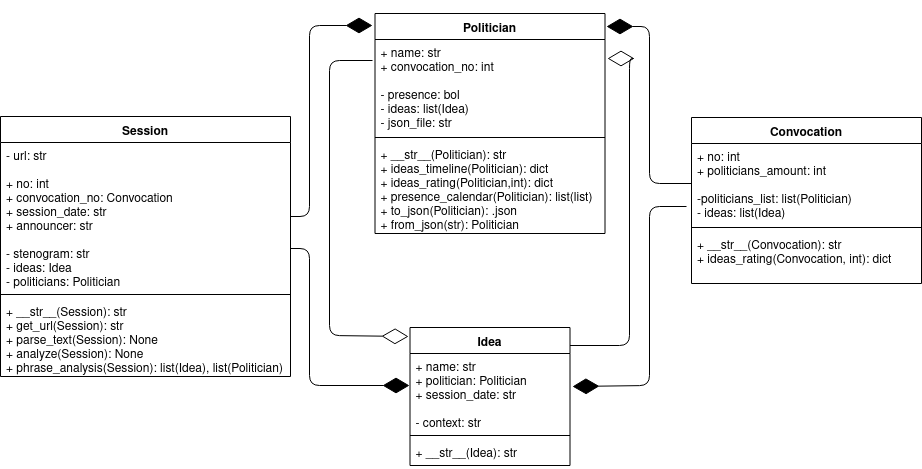
Before: diagrams/cw.png, a diagram exported from draw.io (sol4ik/politicians-talk). Source tidied: cells renumbered, new cells last; positions are measured from the earlier drawing's top-left corner, leaving out a move shared by most shapes. Its diagram source:
```xml
<mxGraphModel>
  <root>
    <mxCell id="0" />
    <mxCell id="1" parent="0" />
    <mxCell id="2" value="Politician" style="swimlane;fontStyle=1;align=center;verticalAlign=top;horizontal=1;startSize=26;" parent="1" vertex="1">
      <mxGeometry x="374.5" width="230" height="220" as="geometry" />
    </mxCell>
    <mxCell id="3" value="+ name: str&#10;+ convocation_no: int&#10;&#10;- presence: bol&#10;- ideas: list(Idea)&#10;- json_file: str&#10;" style="text;strokeColor=none;fillColor=none;align=left;verticalAlign=top;spacingLeft=4;spacingRight=4;overflow=hidden;points=[[0,0.5],[1,0.5]];portConstraint=eastwest;" parent="2" vertex="1">
      <mxGeometry y="26" width="230" height="94" as="geometry" />
    </mxCell>
    <mxCell id="4" style="line;strokeWidth=1;fillColor=none;align=left;verticalAlign=middle;spacingTop=-1;spacingLeft=3;spacingRight=3;labelPosition=right;" parent="2" vertex="1">
      <mxGeometry y="120" width="230" height="8" as="geometry" />
    </mxCell>
    <mxCell id="5" value="+ __str__(Politician): str &#10;+ ideas_timeline(Politician): dict&#10;+ ideas_rating(Politician,int): dict&#10;+ presence_calendar(Politician): list(list)&#10;+ to_json(Politician): .json&#10;+ from_json(str): Politician&#10;" style="text;strokeColor=none;fillColor=none;align=left;verticalAlign=top;spacingLeft=4;spacingRight=4;overflow=hidden;points=[[0,0.5],[1,0.5]];portConstraint=eastwest;" parent="2" vertex="1">
      <mxGeometry y="128" width="230" height="92" as="geometry" />
    </mxCell>
    <mxCell id="6" value="Idea" style="swimlane;fontStyle=1;align=center;verticalAlign=top;horizontal=1;startSize=26;" parent="1" vertex="1">
      <mxGeometry x="409.5" y="314" width="160" height="138" as="geometry" />
    </mxCell>
    <mxCell id="7" value="+ name: str&#10;+ politician: Politician&#10;+ session_date: str&#10;&#10;- context: str&#10;" style="text;strokeColor=none;fillColor=none;align=left;verticalAlign=top;spacingLeft=4;spacingRight=4;overflow=hidden;points=[[0,0.5],[1,0.5]];portConstraint=eastwest;" parent="6" vertex="1">
      <mxGeometry y="26" width="160" height="78" as="geometry" />
    </mxCell>
    <mxCell id="8" style="line;strokeWidth=1;fillColor=none;align=left;verticalAlign=middle;spacingTop=-1;spacingLeft=3;spacingRight=3;labelPosition=right;" parent="6" vertex="1">
      <mxGeometry y="104" width="160" height="8" as="geometry" />
    </mxCell>
    <mxCell id="9" value="+ __str__(Idea): str" style="text;strokeColor=none;fillColor=none;align=left;verticalAlign=top;spacingLeft=4;spacingRight=4;overflow=hidden;" parent="6" vertex="1">
      <mxGeometry y="112" width="160" height="26" as="geometry" />
    </mxCell>
    <mxCell id="10" value="Session" style="swimlane;fontStyle=1;align=center;verticalAlign=top;horizontal=1;startSize=26;" parent="1" vertex="1">
      <mxGeometry y="103" width="290" height="260" as="geometry" />
    </mxCell>
    <mxCell id="11" value="- url: str&#10;&#10;+ no: int&#10;+ convocation_no: Convocation&#10;+ session_date: str&#10;+ announcer: str&#10;&#10;- stenogram: str&#10;- ideas: Idea&#10;- politicians: Politician" style="text;strokeColor=none;fillColor=none;align=left;verticalAlign=top;spacingLeft=4;spacingRight=4;overflow=hidden;points=[[0,0.5],[1,0.5]];portConstraint=eastwest;" parent="10" vertex="1">
      <mxGeometry y="26" width="290" height="148" as="geometry" />
    </mxCell>
    <mxCell id="12" style="line;strokeWidth=1;fillColor=none;align=left;verticalAlign=middle;spacingTop=-1;spacingLeft=3;spacingRight=3;labelPosition=right;" parent="10" vertex="1">
      <mxGeometry y="174" width="290" height="8" as="geometry" />
    </mxCell>
    <mxCell id="13" value="+ __str__(Session): str&#10;+ get_url(Session): str&#10;+ parse_text(Session): None&#10;+ analyze(Session): None&#10;+ phrase_analysis(Session): list(Idea), list(Politician)&#10;" style="text;strokeColor=none;fillColor=none;align=left;verticalAlign=top;spacingLeft=4;spacingRight=4;overflow=hidden;" parent="10" vertex="1">
      <mxGeometry y="182" width="290" height="78" as="geometry" />
    </mxCell>
    <mxCell id="14" value="Convocation" style="swimlane;fontStyle=1;align=center;verticalAlign=top;horizontal=1;startSize=26;" parent="1" vertex="1">
      <mxGeometry x="691" y="104" width="230" height="166" as="geometry" />
    </mxCell>
    <mxCell id="15" value="+ no: int&#10;+ politicians_amount: int&#10;&#10;-politicians_list: list(Politician)&#10;- ideas: list(Idea)&#10;" style="text;strokeColor=none;fillColor=none;align=left;verticalAlign=top;spacingLeft=4;spacingRight=4;overflow=hidden;points=[[0,0.5],[1,0.5]];portConstraint=eastwest;" parent="14" vertex="1">
      <mxGeometry y="26" width="230" height="80" as="geometry" />
    </mxCell>
    <mxCell id="16" style="line;strokeWidth=1;fillColor=none;align=left;verticalAlign=middle;spacingTop=-1;spacingLeft=3;spacingRight=3;labelPosition=right;" parent="14" vertex="1">
      <mxGeometry y="106" width="230" height="8" as="geometry" />
    </mxCell>
    <mxCell id="17" value="+ __str__(Convocation): str&#10;+ ideas_rating(Convocation, int): dict&#10;" style="text;strokeColor=none;fillColor=none;align=left;verticalAlign=top;spacingLeft=4;spacingRight=4;overflow=hidden;" parent="14" vertex="1">
      <mxGeometry y="114" width="230" height="52" as="geometry" />
    </mxCell>
    <mxCell id="18" style="endArrow=diamondThin;endFill=1;endSize=24;html=1;exitX=0;exitY=0.5;exitDx=0;exitDy=0;entryX=1.007;entryY=0.059;entryDx=0;entryDy=0;entryPerimeter=0;" parent="1" edge="1" source="15" target="2">
      <mxGeometry relative="1" as="geometry">
        <Array as="points">
          <mxPoint x="649" y="170" />
          <mxPoint x="649" y="13" />
        </Array>
      </mxGeometry>
    </mxCell>
    <mxCell id="19" style="endArrow=diamondThin;endFill=1;endSize=24;html=1;exitX=-0.022;exitY=0.788;exitDx=0;exitDy=0;exitPerimeter=0;entryX=1.016;entryY=0.423;entryDx=0;entryDy=0;entryPerimeter=0;" parent="1" edge="1" source="15" target="7">
      <mxGeometry relative="1" as="geometry">
        <Array as="points">
          <mxPoint x="649" y="193" />
          <mxPoint x="649" y="372" />
        </Array>
      </mxGeometry>
    </mxCell>
    <mxCell id="20" style="endArrow=diamondThin;endFill=0;endSize=24;html=1;entryX=-0.009;entryY=0.065;entryDx=0;entryDy=0;entryPerimeter=0;exitX=-0.011;exitY=0.223;exitDx=0;exitDy=0;exitPerimeter=0;" parent="1" edge="1" source="3" target="6">
      <mxGeometry relative="1" as="geometry">
        <Array as="points">
          <mxPoint x="329" y="47" />
          <mxPoint x="329" y="322" />
        </Array>
      </mxGeometry>
    </mxCell>
    <mxCell id="21" style="endArrow=diamondThin;endFill=0;endSize=24;html=1;entryX=1.011;entryY=0.202;entryDx=0;entryDy=0;entryPerimeter=0;" parent="1" edge="1" target="3">
      <mxGeometry relative="1" as="geometry">
        <mxPoint x="569.5" y="332" as="sourcePoint" />
        <Array as="points">
          <mxPoint x="629" y="332" />
          <mxPoint x="629" y="45" />
        </Array>
      </mxGeometry>
    </mxCell>
    <mxCell id="22" style="endArrow=diamondThin;endFill=1;endSize=24;html=1;exitX=1;exitY=0.716;exitDx=0;exitDy=0;exitPerimeter=0;" parent="1" edge="1" source="11">
      <mxGeometry relative="1" as="geometry">
        <mxPoint x="409" y="372" as="targetPoint" />
        <Array as="points">
          <mxPoint x="309" y="235" />
          <mxPoint x="309" y="372" />
        </Array>
      </mxGeometry>
    </mxCell>
    <mxCell id="23" style="endArrow=diamondThin;endFill=1;endSize=24;html=1;exitX=1;exitY=0.5;exitDx=0;exitDy=0;" parent="1" edge="1" source="11">
      <mxGeometry relative="1" as="geometry">
        <mxPoint x="372" y="12" as="targetPoint" />
        <Array as="points">
          <mxPoint x="309" y="203" />
          <mxPoint x="309" y="12" />
        </Array>
      </mxGeometry>
    </mxCell>
  </root>
</mxGraphModel>
```
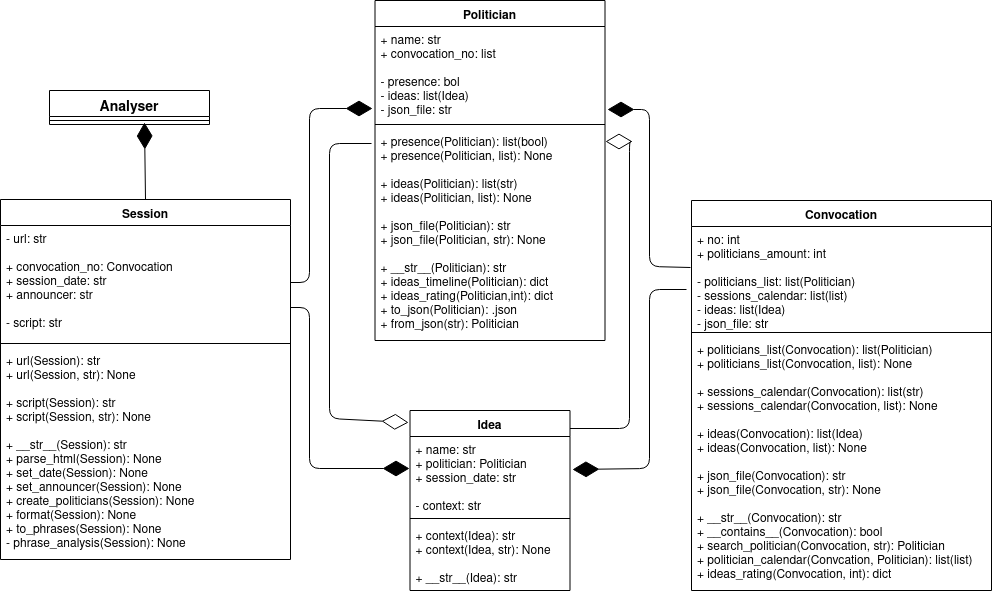
After the commit.

The edit, as a diff of the source:
```diff
@@ -3,19 +3,19 @@
     <mxCell id="0" />
     <mxCell id="1" parent="0" />
     <mxCell id="2" value="Politician" style="swimlane;fontStyle=1;align=center;verticalAlign=top;horizontal=1;startSize=26;" parent="1" vertex="1">
-      <mxGeometry x="374.5" width="230" height="220" as="geometry" />
+      <mxGeometry x="374.5" y="-96" width="230" height="340" as="geometry" />
     </mxCell>
-    <mxCell id="3" value="+ name: str&#10;+ convocation_no: int&#10;&#10;- presence: bol&#10;- ideas: list(Idea)&#10;- json_file: str&#10;" style="text;strokeColor=none;fillColor=none;align=left;verticalAlign=top;spacingLeft=4;spacingRight=4;overflow=hidden;points=[[0,0.5],[1,0.5]];portConstraint=eastwest;" parent="2" vertex="1">
+    <mxCell id="3" value="+ name: str&#10;+ convocation_no: list&#10;&#10;- presence: bol&#10;- ideas: list(Idea)&#10;- json_file: str&#10;" style="text;strokeColor=none;fillColor=none;align=left;verticalAlign=top;spacingLeft=4;spacingRight=4;overflow=hidden;points=[[0,0.5],[1,0.5]];portConstraint=eastwest;" parent="2" vertex="1">
       <mxGeometry y="26" width="230" height="94" as="geometry" />
     </mxCell>
     <mxCell id="4" style="line;strokeWidth=1;fillColor=none;align=left;verticalAlign=middle;spacingTop=-1;spacingLeft=3;spacingRight=3;labelPosition=right;" parent="2" vertex="1">
       <mxGeometry y="120" width="230" height="8" as="geometry" />
     </mxCell>
-    <mxCell id="5" value="+ __str__(Politician): str &#10;+ ideas_timeline(Politician): dict&#10;+ ideas_rating(Politician,int): dict&#10;+ presence_calendar(Politician): list(list)&#10;+ to_json(Politician): .json&#10;+ from_json(str): Politician&#10;" style="text;strokeColor=none;fillColor=none;align=left;verticalAlign=top;spacingLeft=4;spacingRight=4;overflow=hidden;points=[[0,0.5],[1,0.5]];portConstraint=eastwest;" parent="2" vertex="1">
-      <mxGeometry y="128" width="230" height="92" as="geometry" />
+    <mxCell id="5" value="+ presence(Politician): list(bool)&#10;+ presence(Politician, list): None&#10;&#10;+ ideas(Politician): list(str)&#10;+ ideas(Politician, list): None&#10;&#10;+ json_file(Politician): str&#10;+ json_file(Politician, str): None&#10;&#10;+ __str__(Politician): str &#10;+ ideas_timeline(Politician): dict&#10;+ ideas_rating(Politician,int): dict&#10;+ to_json(Politician): .json&#10;+ from_json(str): Politician&#10;" style="text;strokeColor=none;fillColor=none;align=left;verticalAlign=top;spacingLeft=4;spacingRight=4;overflow=hidden;points=[[0,0.5],[1,0.5]];portConstraint=eastwest;" parent="2" vertex="1">
+      <mxGeometry y="128" width="230" height="212" as="geometry" />
     </mxCell>
     <mxCell id="6" value="Idea" style="swimlane;fontStyle=1;align=center;verticalAlign=top;horizontal=1;startSize=26;" parent="1" vertex="1">
-      <mxGeometry x="409.5" y="314" width="160" height="138" as="geometry" />
+      <mxGeometry x="409.5" y="314" width="160" height="180" as="geometry" />
     </mxCell>
     <mxCell id="7" value="+ name: str&#10;+ politician: Politician&#10;+ session_date: str&#10;&#10;- context: str&#10;" style="text;strokeColor=none;fillColor=none;align=left;verticalAlign=top;spacingLeft=4;spacingRight=4;overflow=hidden;points=[[0,0.5],[1,0.5]];portConstraint=eastwest;" parent="6" vertex="1">
       <mxGeometry y="26" width="160" height="78" as="geometry" />
@@ -23,34 +23,34 @@
     <mxCell id="8" style="line;strokeWidth=1;fillColor=none;align=left;verticalAlign=middle;spacingTop=-1;spacingLeft=3;spacingRight=3;labelPosition=right;" parent="6" vertex="1">
       <mxGeometry y="104" width="160" height="8" as="geometry" />
     </mxCell>
-    <mxCell id="9" value="+ __str__(Idea): str" style="text;strokeColor=none;fillColor=none;align=left;verticalAlign=top;spacingLeft=4;spacingRight=4;overflow=hidden;" parent="6" vertex="1">
-      <mxGeometry y="112" width="160" height="26" as="geometry" />
+    <mxCell id="9" value="+ context(Idea): str&#10;+ context(Idea, str): None&#10;&#10;+ __str__(Idea): str" style="text;strokeColor=none;fillColor=none;align=left;verticalAlign=top;spacingLeft=4;spacingRight=4;overflow=hidden;" parent="6" vertex="1">
+      <mxGeometry y="112" width="160" height="68" as="geometry" />
     </mxCell>
     <mxCell id="10" value="Session" style="swimlane;fontStyle=1;align=center;verticalAlign=top;horizontal=1;startSize=26;" parent="1" vertex="1">
-      <mxGeometry y="103" width="290" height="260" as="geometry" />
+      <mxGeometry y="103" width="290" height="360" as="geometry" />
     </mxCell>
-    <mxCell id="11" value="- url: str&#10;&#10;+ no: int&#10;+ convocation_no: Convocation&#10;+ session_date: str&#10;+ announcer: str&#10;&#10;- stenogram: str&#10;- ideas: Idea&#10;- politicians: Politician" style="text;strokeColor=none;fillColor=none;align=left;verticalAlign=top;spacingLeft=4;spacingRight=4;overflow=hidden;points=[[0,0.5],[1,0.5]];portConstraint=eastwest;" parent="10" vertex="1">
-      <mxGeometry y="26" width="290" height="148" as="geometry" />
+    <mxCell id="11" value="- url: str&#10;&#10;+ convocation_no: Convocation&#10;+ session_date: str&#10;+ announcer: str&#10;&#10;- script: str&#10;" style="text;strokeColor=none;fillColor=none;align=left;verticalAlign=top;spacingLeft=4;spacingRight=4;overflow=hidden;points=[[0,0.5],[1,0.5]];portConstraint=eastwest;" parent="10" vertex="1">
+      <mxGeometry y="26" width="290" height="114" as="geometry" />
     </mxCell>
     <mxCell id="12" style="line;strokeWidth=1;fillColor=none;align=left;verticalAlign=middle;spacingTop=-1;spacingLeft=3;spacingRight=3;labelPosition=right;" parent="10" vertex="1">
-      <mxGeometry y="174" width="290" height="8" as="geometry" />
+      <mxGeometry y="140" width="290" height="8" as="geometry" />
     </mxCell>
-    <mxCell id="13" value="+ __str__(Session): str&#10;+ get_url(Session): str&#10;+ parse_text(Session): None&#10;+ analyze(Session): None&#10;+ phrase_analysis(Session): list(Idea), list(Politician)&#10;" style="text;strokeColor=none;fillColor=none;align=left;verticalAlign=top;spacingLeft=4;spacingRight=4;overflow=hidden;" parent="10" vertex="1">
-      <mxGeometry y="182" width="290" height="78" as="geometry" />
+    <mxCell id="13" value="+ url(Session): str&#10;+ url(Session, str): None&#10;&#10;+ script(Session): str&#10;+ script(Session, str): None&#10;&#10;+ __str__(Session): str&#10;+ parse_html(Session): None&#10;+ set_date(Session): None&#10;+ set_announcer(Session): None&#10;+ create_politicians(Session): None&#10;+ format(Session): None&#10;+ to_phrases(Session): None&#10;- phrase_analysis(Session): None&#10;" style="text;strokeColor=none;fillColor=none;align=left;verticalAlign=top;spacingLeft=4;spacingRight=4;overflow=hidden;" parent="10" vertex="1">
+      <mxGeometry y="148" width="290" height="212" as="geometry" />
     </mxCell>
     <mxCell id="14" value="Convocation" style="swimlane;fontStyle=1;align=center;verticalAlign=top;horizontal=1;startSize=26;" parent="1" vertex="1">
-      <mxGeometry x="691" y="104" width="230" height="166" as="geometry" />
+      <mxGeometry x="691" y="104" width="300" height="390" as="geometry" />
     </mxCell>
-    <mxCell id="15" value="+ no: int&#10;+ politicians_amount: int&#10;&#10;-politicians_list: list(Politician)&#10;- ideas: list(Idea)&#10;" style="text;strokeColor=none;fillColor=none;align=left;verticalAlign=top;spacingLeft=4;spacingRight=4;overflow=hidden;points=[[0,0.5],[1,0.5]];portConstraint=eastwest;" parent="14" vertex="1">
-      <mxGeometry y="26" width="230" height="80" as="geometry" />
+    <mxCell id="15" value="+ no: int&#10;+ politicians_amount: int&#10;&#10;- politicians_list: list(Politician)&#10;- sessions_calendar: list(list)&#10;- ideas: list(Idea)&#10;- json_file: str" style="text;strokeColor=none;fillColor=none;align=left;verticalAlign=top;spacingLeft=4;spacingRight=4;overflow=hidden;points=[[0,0.5],[1,0.5]];portConstraint=eastwest;" parent="14" vertex="1">
+      <mxGeometry y="26" width="300" height="102" as="geometry" />
     </mxCell>
     <mxCell id="16" style="line;strokeWidth=1;fillColor=none;align=left;verticalAlign=middle;spacingTop=-1;spacingLeft=3;spacingRight=3;labelPosition=right;" parent="14" vertex="1">
-      <mxGeometry y="106" width="230" height="8" as="geometry" />
+      <mxGeometry y="128" width="300" height="8" as="geometry" />
     </mxCell>
-    <mxCell id="17" value="+ __str__(Convocation): str&#10;+ ideas_rating(Convocation, int): dict&#10;" style="text;strokeColor=none;fillColor=none;align=left;verticalAlign=top;spacingLeft=4;spacingRight=4;overflow=hidden;" parent="14" vertex="1">
-      <mxGeometry y="114" width="230" height="52" as="geometry" />
+    <mxCell id="17" value="+ politicians_list(Convocation): list(Politician)&#10;+ politicians_list(Convocation, list): None&#10;&#10;+ sessions_calendar(Convocation): list(str)&#10;+ sessions_calendar(Convocation, list): None&#10;&#10;+ ideas(Convocation): list(Idea)&#10;+ ideas(Convocation, list): None&#10;&#10;+ json_file(Convocation): str&#10;+ json_file(Convocation, str): None&#10;&#10;+ __str__(Convocation): str&#10;+ __contains__(Convocation): bool&#10;+ search_politician(Convocation, str): Politician&#10;+ politician_calendar(Convcation, Politician): list(list)&#10;+ ideas_rating(Convocation, int): dict&#10;" style="text;strokeColor=none;fillColor=none;align=left;verticalAlign=top;spacingLeft=4;spacingRight=4;overflow=hidden;" parent="14" vertex="1">
+      <mxGeometry y="136" width="300" height="254" as="geometry" />
     </mxCell>
-    <mxCell id="18" style="endArrow=diamondThin;endFill=1;endSize=24;html=1;exitX=0;exitY=0.5;exitDx=0;exitDy=0;entryX=1.007;entryY=0.059;entryDx=0;entryDy=0;entryPerimeter=0;" parent="1" edge="1" source="15" target="2">
+    <mxCell id="18" style="endArrow=diamondThin;endFill=1;endSize=24;html=1;exitX=-0.003;exitY=0.402;exitDx=0;exitDy=0;entryX=1.011;entryY=0.883;entryDx=0;entryDy=0;entryPerimeter=0;exitPerimeter=0;" parent="1" edge="1" source="15" target="3">
       <mxGeometry relative="1" as="geometry">
         <Array as="points">
           <mxPoint x="649" y="170" />
@@ -58,15 +58,16 @@
         </Array>
       </mxGeometry>
     </mxCell>
-    <mxCell id="19" style="endArrow=diamondThin;endFill=1;endSize=24;html=1;exitX=-0.022;exitY=0.788;exitDx=0;exitDy=0;exitPerimeter=0;entryX=1.016;entryY=0.423;entryDx=0;entryDy=0;entryPerimeter=0;" parent="1" edge="1" source="15" target="7">
+    <mxCell id="19" style="endArrow=diamondThin;endFill=1;endSize=24;html=1;entryX=1.016;entryY=0.423;entryDx=0;entryDy=0;entryPerimeter=0;" parent="1" edge="1" target="7">
       <mxGeometry relative="1" as="geometry">
+        <mxPoint x="686" y="193" as="sourcePoint" />
         <Array as="points">
           <mxPoint x="649" y="193" />
           <mxPoint x="649" y="372" />
         </Array>
       </mxGeometry>
     </mxCell>
-    <mxCell id="20" style="endArrow=diamondThin;endFill=0;endSize=24;html=1;entryX=-0.009;entryY=0.065;entryDx=0;entryDy=0;entryPerimeter=0;exitX=-0.011;exitY=0.223;exitDx=0;exitDy=0;exitPerimeter=0;" parent="1" edge="1" source="3" target="6">
+    <mxCell id="20" style="endArrow=diamondThin;endFill=0;endSize=24;html=1;entryX=-0.009;entryY=0.065;entryDx=0;entryDy=0;entryPerimeter=0;exitX=-0.015;exitY=0.071;exitDx=0;exitDy=0;exitPerimeter=0;" parent="1" edge="1" source="5" target="6">
       <mxGeometry relative="1" as="geometry">
         <Array as="points">
           <mxPoint x="329" y="47" />
@@ -74,9 +75,10 @@
         </Array>
       </mxGeometry>
     </mxCell>
-    <mxCell id="21" style="endArrow=diamondThin;endFill=0;endSize=24;html=1;entryX=1.011;entryY=0.202;entryDx=0;entryDy=0;entryPerimeter=0;" parent="1" edge="1" target="3">
+    <mxCell id="21" style="endArrow=diamondThin;endFill=0;endSize=24;html=1;" parent="1" edge="1">
       <mxGeometry relative="1" as="geometry">
         <mxPoint x="569.5" y="332" as="sourcePoint" />
+        <mxPoint x="605" y="45" as="targetPoint" />
         <Array as="points">
           <mxPoint x="629" y="332" />
           <mxPoint x="629" y="45" />
@@ -87,7 +89,7 @@
       <mxGeometry relative="1" as="geometry">
         <mxPoint x="409" y="372" as="targetPoint" />
         <Array as="points">
-          <mxPoint x="309" y="235" />
+          <mxPoint x="309" y="211" />
           <mxPoint x="309" y="372" />
         </Array>
       </mxGeometry>
@@ -96,10 +98,21 @@
       <mxGeometry relative="1" as="geometry">
         <mxPoint x="372" y="12" as="targetPoint" />
         <Array as="points">
-          <mxPoint x="309" y="203" />
+          <mxPoint x="309" y="186" />
           <mxPoint x="309" y="12" />
         </Array>
       </mxGeometry>
     </mxCell>
+    <mxCell id="24" value="Analyser" style="swimlane;fontStyle=1;align=center;verticalAlign=top;horizontal=1;startSize=26;fontSize=14;" parent="1" vertex="1">
+      <mxGeometry x="49" y="-6" width="160" height="34" as="geometry" />
+    </mxCell>
+    <mxCell id="25" style="line;strokeWidth=1;fillColor=none;align=left;verticalAlign=middle;spacingTop=-1;spacingLeft=3;spacingRight=3;labelPosition=right;" parent="24" vertex="1">
+      <mxGeometry y="26" width="160" height="8" as="geometry" />
+    </mxCell>
+    <mxCell id="26" style="endArrow=diamondThin;endFill=1;endSize=24;html=1;fontSize=14;exitX=0.5;exitY=0;exitDx=0;exitDy=0;" parent="1" edge="1" source="10">
+      <mxGeometry relative="1" as="geometry">
+        <mxPoint x="144" y="26" as="targetPoint" />
+      </mxGeometry>
+    </mxCell>
   </root>
 </mxGraphModel>
```
